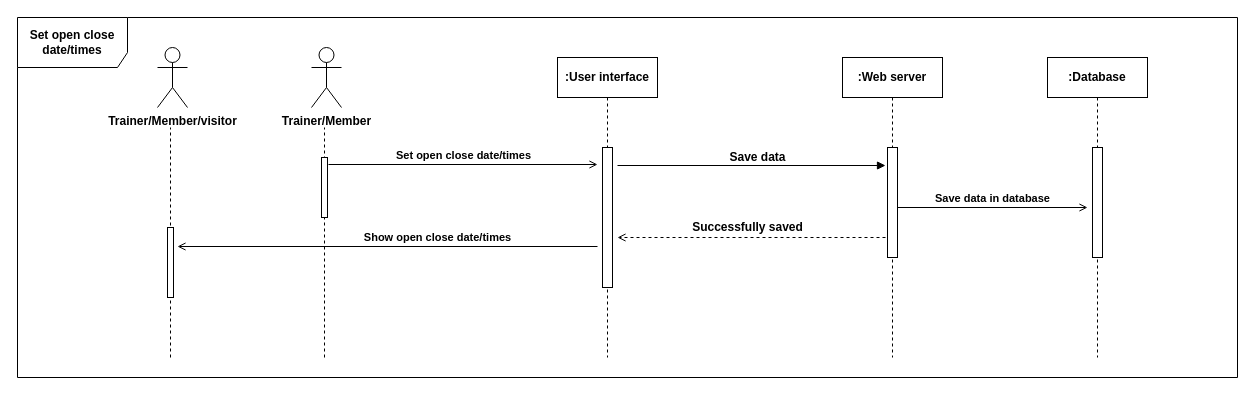
Earlier version of the draw.io diagram page "Set open close date/times" (10 of 13) of Diagram/Sequence Diagram.drawio (AmilaDissanayake/Group_CS21). Source tidied: cells renumbered, new cells numbered last; positions are measured from the earlier drawing's top-left corner, leaving out a move shared by most shapes. Both pictures are drawn from the tidied source at 100%, with x=0, y=0 at pixel (17, 17).
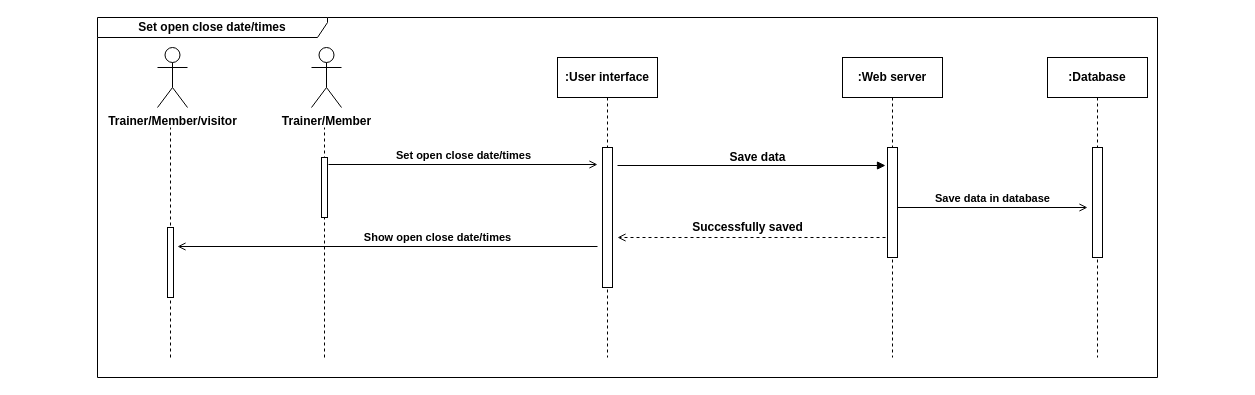
The same diagram, later.

What changed in the source:
```diff
@@
-    <mxCell id="2" value="&lt;b&gt;Set open close date/times&lt;/b&gt;" style="shape=umlFrame;whiteSpace=wrap;html=1;width=110;height=50;" parent="1" vertex="1">
-      <mxGeometry width="1220" height="360" as="geometry" />
+    <mxCell id="2" value="&lt;b&gt;Set open close date/times&lt;/b&gt;" style="shape=umlFrame;whiteSpace=wrap;html=1;width=230;height=20;" parent="1" vertex="1">
+      <mxGeometry x="80" width="1060" height="360" as="geometry" />
     </mxCell>
```
